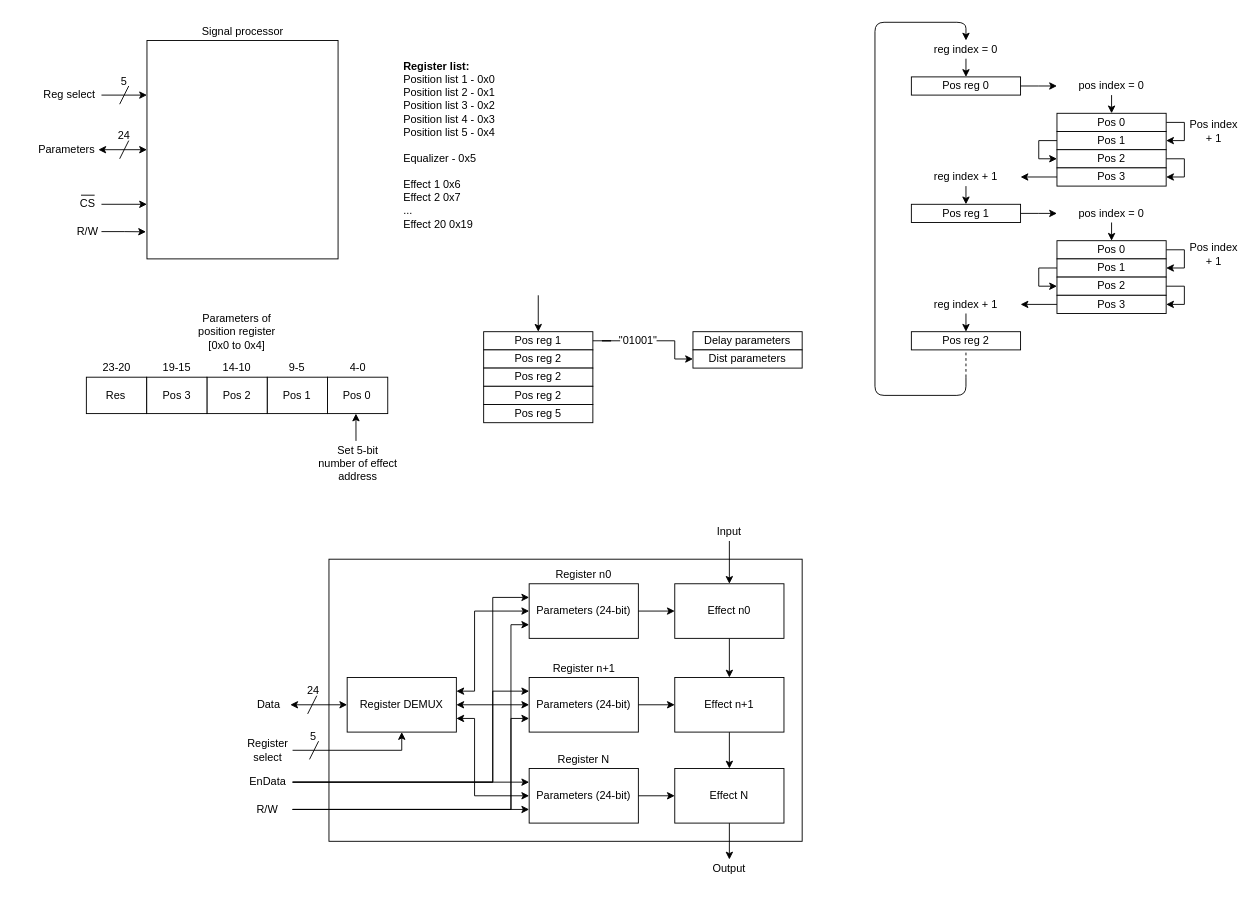
The draw.io diagram page "Page-3" (3 of 5) of Block diagrams/System design/Signal processor design.drawio in HeinVerhallen/Audio-DSP, before the edit. Source tidied: cells renumbered, new cells numbered last; positions are measured from the earlier drawing's top-left corner, leaving out a move shared by most shapes. Both pictures are drawn from the tidied source at 91%, with x=0, y=0 at pixel (35, 22).
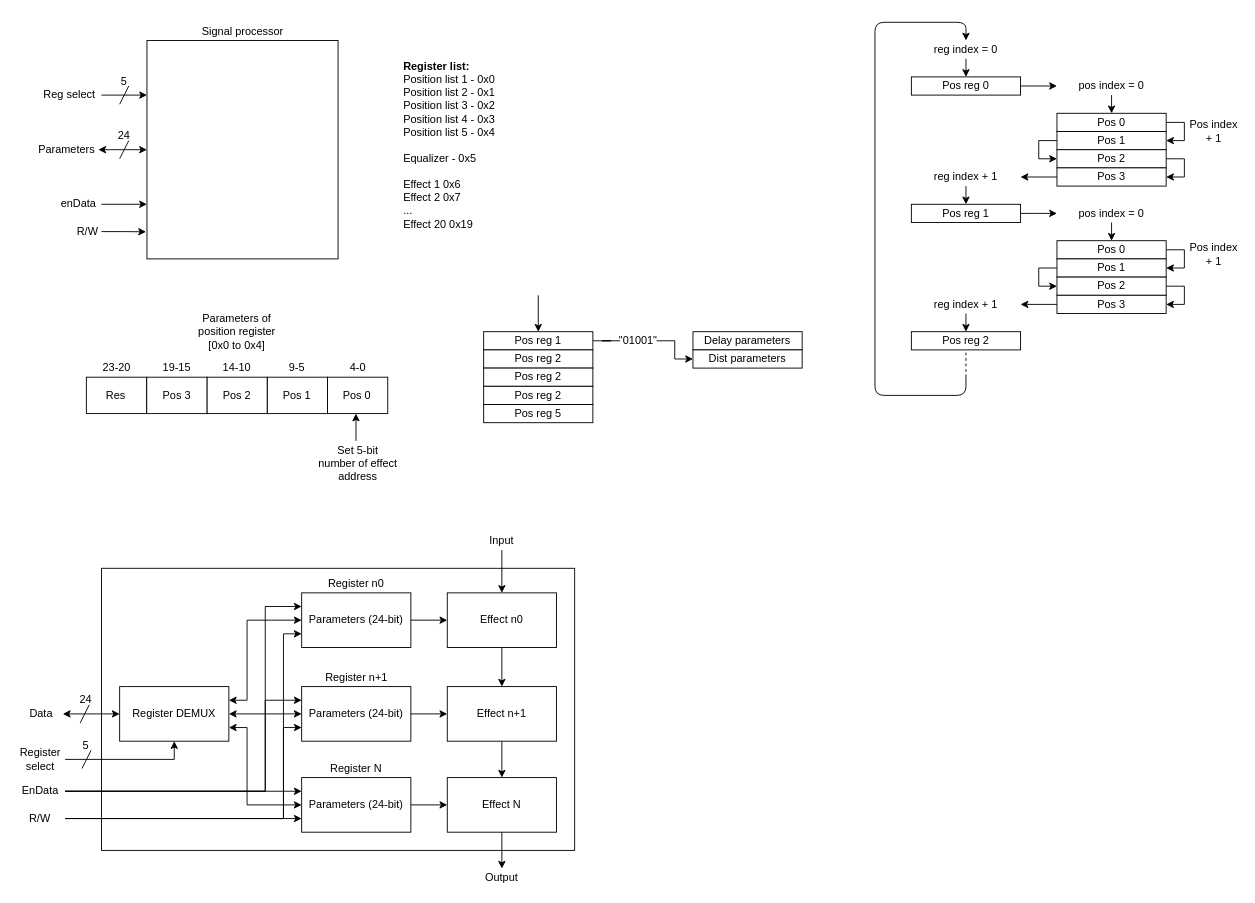
Above is the later version.

Commit message (it also covers changes not shown here):
Updated Audio-DSP system design

Made final signal processor design diagram.
Made system design diagram of Audio-DSP.

The change refers to these unchanged cells:
```xml
<mxCell id="33" value="Parameters (24-bit)" style="rounded=0;whiteSpace=wrap;html=1;" parent="32" vertex="1">
  <mxGeometry y="20" width="120" height="60" as="geometry" />
</mxCell>
<mxCell id="36" value="Parameters (24-bit)" style="rounded=0;whiteSpace=wrap;html=1;" parent="35" vertex="1">
  <mxGeometry y="20" width="120" height="60" as="geometry" />
</mxCell>
<mxCell id="39" value="Parameters (24-bit)" style="rounded=0;whiteSpace=wrap;html=1;" parent="38" vertex="1">
  <mxGeometry y="20" width="120" height="60" as="geometry" />
</mxCell>
```

Diff of the diagram source:
```diff
@@
     <mxCell id="2" style="rounded=0;whiteSpace=wrap;html=1;" parent="1" vertex="1">
-      <mxGeometry x="323" y="590" width="520" height="310" as="geometry" />
+      <mxGeometry x="73" y="600" width="520" height="310" as="geometry" />
     </mxCell>
@@
-    <mxCell id="14" value="CS" style="text;html=1;strokeColor=none;fillColor=none;align=center;verticalAlign=middle;whiteSpace=wrap;rounded=0;" parent="1" vertex="1">
-      <mxGeometry x="43" y="190" width="30" height="20" as="geometry" />
+    <mxCell id="14" value="enData" style="text;html=1;strokeColor=none;fillColor=none;align=center;verticalAlign=middle;whiteSpace=wrap;rounded=0;" parent="1" vertex="1">
+      <mxGeometry x="23" y="190" width="50" height="20" as="geometry" />
     </mxCell>
@@
-    <mxCell id="17" style="endArrow=none;html=1;entryX=0.75;entryY=0;entryDx=0;entryDy=0;exitX=0.25;exitY=0;exitDx=0;exitDy=0;" parent="1" edge="1" source="14" target="14">
-      <mxGeometry relative="1" as="geometry" />
-    </mxCell>
@@
     <mxCell id="32" style="group;" parent="1" vertex="1">
-      <mxGeometry x="543" y="597" width="120" height="80" as="geometry" />
+      <mxGeometry x="293" y="607" width="120" height="80" as="geometry" />
     </mxCell>
@@
     <mxCell id="35" style="group;" parent="1" vertex="1">
-      <mxGeometry x="543" y="700" width="120" height="80" as="geometry" />
+      <mxGeometry x="293" y="710" width="120" height="80" as="geometry" />
     </mxCell>
@@
     <mxCell id="38" style="group;" parent="1" vertex="1">
-      <mxGeometry x="543" y="800" width="120" height="80" as="geometry" />
+      <mxGeometry x="293" y="810" width="120" height="80" as="geometry" />
     </mxCell>
@@
     <mxCell id="41" style="edgeStyle=orthogonalEdgeStyle;rounded=0;jettySize=auto;html=1;exitX=1;exitY=0.25;exitDx=0;exitDy=0;entryX=0;entryY=0.5;entryDx=0;entryDy=0;startArrow=classic;startFill=1;" parent="1" edge="1" source="44" target="33">
       <mxGeometry relative="1" as="geometry">
         <Array as="points">
-          <mxPoint x="483" y="735" />
-          <mxPoint x="483" y="647" />
+          <mxPoint x="233" y="745" />
+          <mxPoint x="233" y="657" />
         </Array>
       </mxGeometry>
     </mxCell>
@@
     <mxCell id="43" style="edgeStyle=orthogonalEdgeStyle;rounded=0;jettySize=auto;html=1;exitX=1;exitY=0.75;exitDx=0;exitDy=0;entryX=0;entryY=0.5;entryDx=0;entryDy=0;startArrow=classic;startFill=1;" parent="1" edge="1" source="44" target="39">
       <mxGeometry relative="1" as="geometry">
         <Array as="points">
-          <mxPoint x="483" y="765" />
-          <mxPoint x="483" y="850" />
+          <mxPoint x="233" y="775" />
+          <mxPoint x="233" y="860" />
         </Array>
       </mxGeometry>
     </mxCell>
     <mxCell id="44" value="Register DEMUX" style="rounded=0;whiteSpace=wrap;html=1;" parent="1" vertex="1">
-      <mxGeometry x="343" y="720" width="120" height="60" as="geometry" />
+      <mxGeometry x="93" y="730" width="120" height="60" as="geometry" />
     </mxCell>
@@
     <mxCell id="46" style="edgeStyle=orthogonalEdgeStyle;rounded=0;jettySize=auto;html=1;exitX=1;exitY=0.5;exitDx=0;exitDy=0;entryX=0;entryY=0.25;entryDx=0;entryDy=0;startArrow=none;startFill=0;" parent="1" edge="1" source="48" target="36">
       <mxGeometry relative="1" as="geometry">
         <Array as="points">
-          <mxPoint x="503" y="835" />
-          <mxPoint x="503" y="735" />
+          <mxPoint x="253" y="845" />
+          <mxPoint x="253" y="745" />
         </Array>
       </mxGeometry>
     </mxCell>
     <mxCell id="47" style="edgeStyle=orthogonalEdgeStyle;rounded=0;jettySize=auto;html=1;exitX=1;exitY=0.5;exitDx=0;exitDy=0;entryX=0;entryY=0.25;entryDx=0;entryDy=0;startArrow=none;startFill=0;" parent="1" edge="1" source="48" target="33">
       <mxGeometry relative="1" as="geometry">
         <Array as="points">
-          <mxPoint x="503" y="835" />
-          <mxPoint x="503" y="632" />
+          <mxPoint x="253" y="845" />
+          <mxPoint x="253" y="642" />
         </Array>
       </mxGeometry>
     </mxCell>
     <mxCell id="48" value="EnData" style="text;html=1;strokeColor=none;fillColor=none;align=center;verticalAlign=middle;whiteSpace=wrap;rounded=0;" parent="1" vertex="1">
-      <mxGeometry x="228.9" y="825" width="54.1" height="20" as="geometry" />
+      <mxGeometry x="-21.1" y="835" width="54.1" height="20" as="geometry" />
     </mxCell>
@@
     <mxCell id="50" value="Register select" style="text;html=1;strokeColor=none;fillColor=none;align=center;verticalAlign=middle;whiteSpace=wrap;rounded=0;" parent="1" vertex="1">
-      <mxGeometry x="228.9" y="790" width="54.1" height="20" as="geometry" />
+      <mxGeometry x="-21.1" y="800" width="54.1" height="20" as="geometry" />
     </mxCell>
@@
     <mxCell id="52" value="Data" style="text;html=1;strokeColor=none;fillColor=none;align=center;verticalAlign=middle;whiteSpace=wrap;rounded=0;" parent="1" vertex="1">
-      <mxGeometry x="233" y="740" width="47.5" height="20" as="geometry" />
+      <mxGeometry x="-17" y="750" width="47.5" height="20" as="geometry" />
     </mxCell>
     <mxCell id="53" style="endArrow=none;html=1;" parent="1" edge="1">
       <mxGeometry relative="1" as="geometry">
-        <mxPoint x="299.6" y="760" as="sourcePoint" />
-        <mxPoint x="309.6" y="740" as="targetPoint" />
+        <mxPoint x="49.6" y="770" as="sourcePoint" />
+        <mxPoint x="59.6" y="750" as="targetPoint" />
       </mxGeometry>
     </mxCell>
     <mxCell id="54" value="24" style="text;html=1;strokeColor=none;fillColor=none;align=center;verticalAlign=middle;whiteSpace=wrap;rounded=0;" parent="1" vertex="1">
-      <mxGeometry x="301.6" y="730" width="8" height="10" as="geometry" />
+      <mxGeometry x="51.6" y="740" width="8" height="10" as="geometry" />
     </mxCell>
     <mxCell id="55" style="endArrow=none;html=1;" parent="1" edge="1">
       <mxGeometry relative="1" as="geometry">
-        <mxPoint x="311.6" y="790" as="sourcePoint" />
-        <mxPoint x="301.6" y="810" as="targetPoint" />
+        <mxPoint x="61.6" y="800" as="sourcePoint" />
+        <mxPoint x="51.6" y="820" as="targetPoint" />
       </mxGeometry>
     </mxCell>
     <mxCell id="56" value="5" style="text;html=1;strokeColor=none;fillColor=none;align=center;verticalAlign=middle;whiteSpace=wrap;rounded=0;" parent="1" vertex="1">
-      <mxGeometry x="301.6" y="780" width="8" height="10" as="geometry" />
+      <mxGeometry x="51.6" y="790" width="8" height="10" as="geometry" />
     </mxCell>
@@
     <mxCell id="58" style="edgeStyle=orthogonalEdgeStyle;rounded=0;jettySize=auto;html=1;exitX=1;exitY=0.5;exitDx=0;exitDy=0;entryX=0;entryY=0.75;entryDx=0;entryDy=0;startArrow=none;startFill=0;" parent="1" edge="1" source="60" target="36">
       <mxGeometry relative="1" as="geometry">
         <Array as="points">
-          <mxPoint x="523" y="865" />
-          <mxPoint x="523" y="765" />
+          <mxPoint x="273" y="875" />
+          <mxPoint x="273" y="775" />
         </Array>
       </mxGeometry>
     </mxCell>
     <mxCell id="59" style="edgeStyle=orthogonalEdgeStyle;rounded=0;jettySize=auto;html=1;exitX=1;exitY=0.5;exitDx=0;exitDy=0;entryX=0;entryY=0.75;entryDx=0;entryDy=0;startArrow=none;startFill=0;" parent="1" edge="1" source="60" target="33">
       <mxGeometry relative="1" as="geometry">
         <Array as="points">
-          <mxPoint x="523" y="865" />
-          <mxPoint x="523" y="662" />
+          <mxPoint x="273" y="875" />
+          <mxPoint x="273" y="672" />
         </Array>
       </mxGeometry>
     </mxCell>
     <mxCell id="60" value="R/W" style="text;html=1;strokeColor=none;fillColor=none;align=center;verticalAlign=middle;whiteSpace=wrap;rounded=0;" parent="1" vertex="1">
-      <mxGeometry x="228.1" y="860" width="54.9" height="10" as="geometry" />
+      <mxGeometry x="-21.9" y="870" width="54.9" height="10" as="geometry" />
     </mxCell>
@@
     <mxCell id="62" value="Effect n0" style="rounded=0;whiteSpace=wrap;html=1;" parent="1" vertex="1">
-      <mxGeometry x="703" y="617" width="120" height="60" as="geometry" />
+      <mxGeometry x="453" y="627" width="120" height="60" as="geometry" />
     </mxCell>
@@
     <mxCell id="64" value="Effect n+1" style="rounded=0;whiteSpace=wrap;html=1;" parent="1" vertex="1">
-      <mxGeometry x="703" y="720" width="120" height="60" as="geometry" />
+      <mxGeometry x="453" y="730" width="120" height="60" as="geometry" />
     </mxCell>
@@
     <mxCell id="66" value="Effect N" style="rounded=0;whiteSpace=wrap;html=1;" parent="1" vertex="1">
-      <mxGeometry x="703" y="820" width="120" height="60" as="geometry" />
+      <mxGeometry x="453" y="830" width="120" height="60" as="geometry" />
     </mxCell>
@@
     <mxCell id="71" value="Input" style="text;html=1;strokeColor=none;fillColor=none;align=center;verticalAlign=middle;whiteSpace=wrap;rounded=0;" parent="1" vertex="1">
-      <mxGeometry x="743" y="550" width="40" height="20" as="geometry" />
+      <mxGeometry x="493" y="560" width="40" height="20" as="geometry" />
     </mxCell>
     <mxCell id="72" value="Output" style="text;html=1;strokeColor=none;fillColor=none;align=center;verticalAlign=middle;whiteSpace=wrap;rounded=0;" parent="1" vertex="1">
-      <mxGeometry x="743" y="920" width="40" height="20" as="geometry" />
+      <mxGeometry x="493" y="930" width="40" height="20" as="geometry" />
     </mxCell>
```
